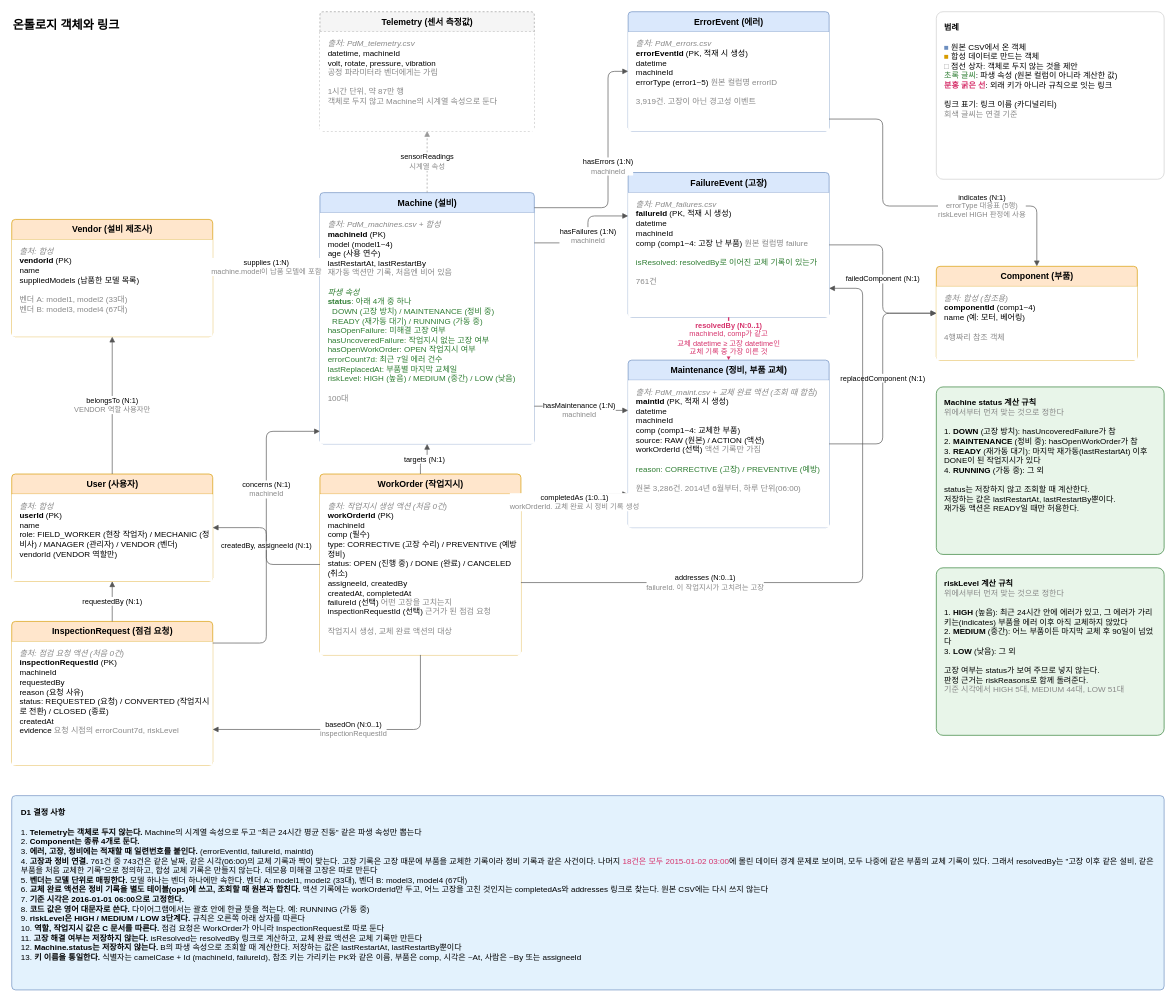
Above: docs/diagrams/ontology.drawio in boaz-ontology-lab/pdm-ontology (draw.io), before the change. Source tidied: cells renumbered, new cells numbered last; positions are measured from the earlier drawing's top-left corner, leaving out a move shared by most shapes. Both pictures are drawn from the tidied source at 67%, with x=0, y=0 at pixel (11, 11).
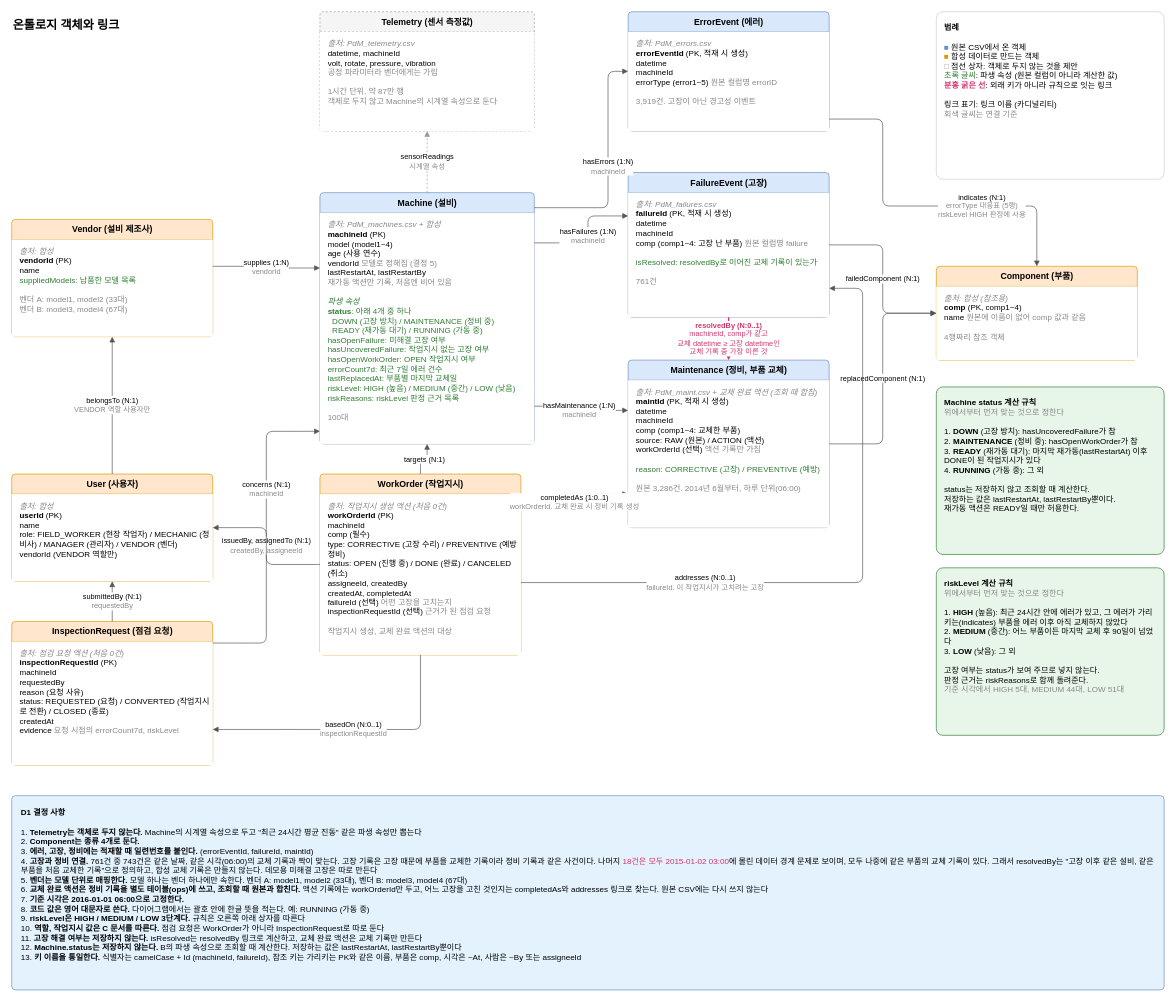
Above is the later version.

Commit message (it also covers changes not shown here):
spec(ontology): 객체와 링크 스펙 v1 추가

The change refers to these unchanged cells:
```xml
<mxCell id="2" value="&lt;b&gt;Machine (설비)&lt;/b&gt;" style="swimlane;html=1;startSize=30;rounded=1;arcSize=6;fillColor=#dae8fc;strokeColor=#6c8ebf;fontSize=13;" parent="1" vertex="1">
  <mxGeometry x="460" y="270" width="320" height="375" as="geometry" />
</mxCell>
<mxCell id="12" value="&lt;b&gt;Component (부품)&lt;/b&gt;" style="swimlane;html=1;startSize=30;rounded=1;arcSize=6;fillColor=#ffe6cc;strokeColor=#d79b00;fontSize=13;" parent="1" vertex="1">
  <mxGeometry x="1380" y="380" width="300" height="140" as="geometry" />
</mxCell>
<mxCell id="14" value="&lt;b&gt;WorkOrder (작업지시)&lt;/b&gt;" style="swimlane;html=1;startSize=30;rounded=1;arcSize=6;fillColor=#ffe6cc;strokeColor=#d79b00;fontSize=13;" parent="1" vertex="1">
  <mxGeometry x="460" y="690" width="300" height="270" as="geometry" />
</mxCell>
<mxCell id="16" value="&lt;b&gt;User (사용자)&lt;/b&gt;" style="swimlane;html=1;startSize=30;rounded=1;arcSize=6;fillColor=#ffe6cc;strokeColor=#d79b00;fontSize=13;" parent="1" vertex="1">
  <mxGeometry y="690" width="300" height="160" as="geometry" />
</mxCell>
<mxCell id="18" value="&lt;b&gt;Vendor (설비 제조사)&lt;/b&gt;" style="swimlane;html=1;startSize=30;rounded=1;arcSize=6;fillColor=#ffe6cc;strokeColor=#d79b00;fontSize=13;" parent="1" vertex="1">
  <mxGeometry y="310" width="300" height="175" as="geometry" />
</mxCell>
<mxCell id="36" value="&lt;b&gt;InspectionRequest (점검 요청)&lt;/b&gt;" style="swimlane;html=1;startSize=30;rounded=1;arcSize=6;fillColor=#ffe6cc;strokeColor=#d79b00;fontSize=13;" parent="1" vertex="1">
  <mxGeometry y="910" width="300" height="215" as="geometry" />
</mxCell>
```

Diff of the diagram source:
```diff
@@
-    <mxCell id="3" value="&lt;font color=&quot;#888888&quot;&gt;&lt;i&gt;출처: PdM_machines.csv + 합성&lt;/i&gt;&lt;/font&gt;&lt;br&gt;&lt;b&gt;machineId&lt;/b&gt; (PK)&lt;br&gt;model (model1~4)&lt;br&gt;age (사용 연수)&lt;br&gt;lastRestartAt, lastRestartBy&lt;br&gt;&lt;font color=&quot;#888888&quot;&gt;재가동 액션만 기록, 처음엔 비어 있음&lt;/font&gt;&lt;br&gt;&lt;br&gt;&lt;font color=&quot;#2e7d32&quot;&gt;&lt;i&gt;파생 속성&lt;/i&gt;&lt;/font&gt;&lt;br&gt;&lt;font color=&quot;#2e7d32&quot;&gt;&lt;b&gt;status&lt;/b&gt;: 아래 4개 중 하나&lt;br&gt;&amp;nbsp;&amp;nbsp;DOWN (고장 방치) / MAINTENANCE (정비 중)&lt;br&gt;&amp;nbsp;&amp;nbsp;READY (재가동 대기) / RUNNING (가동 중)&lt;/font&gt;&lt;br&gt;&lt;font color=&quot;#2e7d32&quot;&gt;hasOpenFailure: 미해결 고장 여부&lt;/font&gt;&lt;br&gt;&lt;font color=&quot;#2e7d32&quot;&gt;hasUncoveredFailure: 작업지시 없는 고장 여부&lt;/font&gt;&lt;br&gt;&lt;font color=&quot;#2e7d32&quot;&gt;hasOpenWorkOrder: OPEN 작업지시 여부&lt;/font&gt;&lt;br&gt;&lt;font color=&quot;#2e7d32&quot;&gt;errorCount7d: 최근 7일 에러 건수&lt;/font&gt;&lt;br&gt;&lt;font color=&quot;#2e7d32&quot;&gt;lastReplacedAt: 부품별 마지막 교체일&lt;/font&gt;&lt;br&gt;&lt;font color=&quot;#2e7d32&quot;&gt;riskLevel: HIGH (높음) / MEDIUM (중간) / LOW (낮음)&lt;/font&gt;&lt;br&gt;&lt;br&gt;&lt;font color=&quot;#888888&quot;&gt;100대&lt;/font&gt;" style="text;html=1;align=left;verticalAlign=top;spacingLeft=10;spacingTop=4;whiteSpace=wrap;fontSize=12;fillColor=#ffffff;" parent="2" vertex="1">
+    <mxCell id="3" value="&lt;font color=&quot;#888888&quot;&gt;&lt;i&gt;출처: PdM_machines.csv + 합성&lt;/i&gt;&lt;/font&gt;&lt;br&gt;&lt;b&gt;machineId&lt;/b&gt; (PK)&lt;br&gt;model (model1~4)&lt;br&gt;age (사용 연수)&lt;br&gt;vendorId &lt;font color=&quot;#888888&quot;&gt;모델로 정해짐 (결정 5)&lt;/font&gt;&lt;br&gt;lastRestartAt, lastRestartBy&lt;br&gt;&lt;font color=&quot;#888888&quot;&gt;재가동 액션만 기록, 처음엔 비어 있음&lt;/font&gt;&lt;br&gt;&lt;br&gt;&lt;font color=&quot;#2e7d32&quot;&gt;&lt;i&gt;파생 속성&lt;/i&gt;&lt;/font&gt;&lt;br&gt;&lt;font color=&quot;#2e7d32&quot;&gt;&lt;b&gt;status&lt;/b&gt;: 아래 4개 중 하나&lt;br&gt;&amp;nbsp;&amp;nbsp;DOWN (고장 방치) / MAINTENANCE (정비 중)&lt;br&gt;&amp;nbsp;&amp;nbsp;READY (재가동 대기) / RUNNING (가동 중)&lt;/font&gt;&lt;br&gt;&lt;font color=&quot;#2e7d32&quot;&gt;hasOpenFailure: 미해결 고장 여부&lt;/font&gt;&lt;br&gt;&lt;font color=&quot;#2e7d32&quot;&gt;hasUncoveredFailure: 작업지시 없는 고장 여부&lt;/font&gt;&lt;br&gt;&lt;font color=&quot;#2e7d32&quot;&gt;hasOpenWorkOrder: OPEN 작업지시 여부&lt;/font&gt;&lt;br&gt;&lt;font color=&quot;#2e7d32&quot;&gt;errorCount7d: 최근 7일 에러 건수&lt;/font&gt;&lt;br&gt;&lt;font color=&quot;#2e7d32&quot;&gt;lastReplacedAt: 부품별 마지막 교체일&lt;/font&gt;&lt;br&gt;&lt;font color=&quot;#2e7d32&quot;&gt;riskLevel: HIGH (높음) / MEDIUM (중간) / LOW (낮음)&lt;br&gt;riskReasons: riskLevel 판정 근거 목록&lt;/font&gt;&lt;br&gt;&lt;br&gt;&lt;font color=&quot;#888888&quot;&gt;100대&lt;/font&gt;" style="text;html=1;align=left;verticalAlign=top;spacingLeft=10;spacingTop=4;whiteSpace=wrap;fontSize=12;fillColor=#ffffff;" parent="2" vertex="1">
       <mxGeometry y="30" width="320" height="345" as="geometry" />
     </mxCell>
@@
-    <mxCell id="13" value="&lt;font color=&quot;#888888&quot;&gt;&lt;i&gt;출처: 합성 (참조용)&lt;/i&gt;&lt;/font&gt;&lt;br&gt;&lt;b&gt;componentId&lt;/b&gt; (comp1~4)&lt;br&gt;name (예: 모터, 베어링)&lt;br&gt;&lt;br&gt;&lt;font color=&quot;#888888&quot;&gt;4행짜리 참조 객체&lt;/font&gt;" style="text;html=1;align=left;verticalAlign=top;spacingLeft=10;spacingTop=4;whiteSpace=wrap;fontSize=12;fillColor=#ffffff;" parent="12" vertex="1">
+    <mxCell id="13" value="&lt;font color=&quot;#888888&quot;&gt;&lt;i&gt;출처: 합성 (참조용)&lt;/i&gt;&lt;/font&gt;&lt;br&gt;&lt;b&gt;comp&lt;/b&gt; (PK, comp1~4)&lt;br&gt;name &lt;font color=&quot;#888888&quot;&gt;원본에 이름이 없어 comp 값과 같음&lt;/font&gt;&lt;br&gt;&lt;br&gt;&lt;font color=&quot;#888888&quot;&gt;4행짜리 참조 객체&lt;/font&gt;" style="text;html=1;align=left;verticalAlign=top;spacingLeft=10;spacingTop=4;whiteSpace=wrap;fontSize=12;fillColor=#ffffff;" parent="12" vertex="1">
       <mxGeometry y="30" width="300" height="110" as="geometry" />
     </mxCell>
@@
-    <mxCell id="19" value="&lt;font color=&quot;#888888&quot;&gt;&lt;i&gt;출처: 합성&lt;/i&gt;&lt;/font&gt;&lt;br&gt;&lt;b&gt;vendorId&lt;/b&gt; (PK)&lt;br&gt;name&lt;br&gt;suppliedModels (납품한 모델 목록)&lt;br&gt;&lt;br&gt;&lt;font color=&quot;#888888&quot;&gt;벤더 A: model1, model2 (33대)&lt;br&gt;벤더 B: model3, model4 (67대)&lt;/font&gt;" style="text;html=1;align=left;verticalAlign=top;spacingLeft=10;spacingTop=4;whiteSpace=wrap;fontSize=12;fillColor=#ffffff;" parent="18" vertex="1">
+    <mxCell id="19" value="&lt;font color=&quot;#888888&quot;&gt;&lt;i&gt;출처: 합성&lt;/i&gt;&lt;/font&gt;&lt;br&gt;&lt;b&gt;vendorId&lt;/b&gt; (PK)&lt;br&gt;name&lt;br&gt;&lt;font color=&quot;#2e7d32&quot;&gt;suppliedModels: 납품한 모델 목록&lt;/font&gt;&lt;br&gt;&lt;br&gt;&lt;font color=&quot;#888888&quot;&gt;벤더 A: model1, model2 (33대)&lt;br&gt;벤더 B: model3, model4 (67대)&lt;/font&gt;" style="text;html=1;align=left;verticalAlign=top;spacingLeft=10;spacingTop=4;whiteSpace=wrap;fontSize=12;fillColor=#ffffff;" parent="18" vertex="1">
       <mxGeometry y="30" width="300" height="145" as="geometry" />
     </mxCell>
-    <mxCell id="20" value="supplies (1:N)&lt;br&gt;&lt;font color=&quot;#888888&quot;&gt;machine.model이 납품 모델에 포함&lt;/font&gt;" style="edgeStyle=orthogonalEdgeStyle;rounded=1;html=1;endArrow=block;endFill=1;fontSize=11;labelBackgroundColor=#ffffff;exitX=1;exitY=0.4;entryX=0;entryY=0.3;strokeColor=#555555;" parent="1" edge="1" source="18" target="2">
+    <mxCell id="20" value="supplies (1:N)&lt;br&gt;&lt;font color=&quot;#888888&quot;&gt;vendorId&lt;/font&gt;" style="edgeStyle=orthogonalEdgeStyle;rounded=1;html=1;endArrow=block;endFill=1;fontSize=11;labelBackgroundColor=#ffffff;exitX=1;exitY=0.4;entryX=0;entryY=0.3;strokeColor=#555555;" parent="1" edge="1" source="18" target="2">
       <mxGeometry relative="1" as="geometry" />
     </mxCell>
@@
-    <mxCell id="30" value="createdBy, assigneeId (N:1)" style="edgeStyle=orthogonalEdgeStyle;rounded=1;html=1;endArrow=block;endFill=1;fontSize=11;labelBackgroundColor=#ffffff;strokeColor=#555555;" parent="1" edge="1" source="14" target="16">
+    <mxCell id="30" value="issuedBy, assignedTo (N:1)&lt;br&gt;&lt;font color=&quot;#888888&quot;&gt;createdBy, assigneeId&lt;/font&gt;" style="edgeStyle=orthogonalEdgeStyle;rounded=1;html=1;endArrow=block;endFill=1;fontSize=11;labelBackgroundColor=#ffffff;strokeColor=#555555;" parent="1" edge="1" source="14" target="16">
       <mxGeometry relative="1" as="geometry" />
     </mxCell>
@@
-    <mxCell id="39" value="requestedBy (N:1)" style="edgeStyle=orthogonalEdgeStyle;rounded=1;html=1;endArrow=block;endFill=1;fontSize=11;labelBackgroundColor=#ffffff;exitX=0.5;exitY=0;entryX=0.5;entryY=1;strokeColor=#555555;" parent="1" edge="1" source="36" target="16">
+    <mxCell id="39" value="submittedBy (N:1)&lt;br&gt;&lt;font color=&quot;#888888&quot;&gt;requestedBy&lt;/font&gt;" style="edgeStyle=orthogonalEdgeStyle;rounded=1;html=1;endArrow=block;endFill=1;fontSize=11;labelBackgroundColor=#ffffff;exitX=0.5;exitY=0;entryX=0.5;entryY=1;strokeColor=#555555;" parent="1" edge="1" source="36" target="16">
       <mxGeometry relative="1" as="geometry" />
     </mxCell>
```
